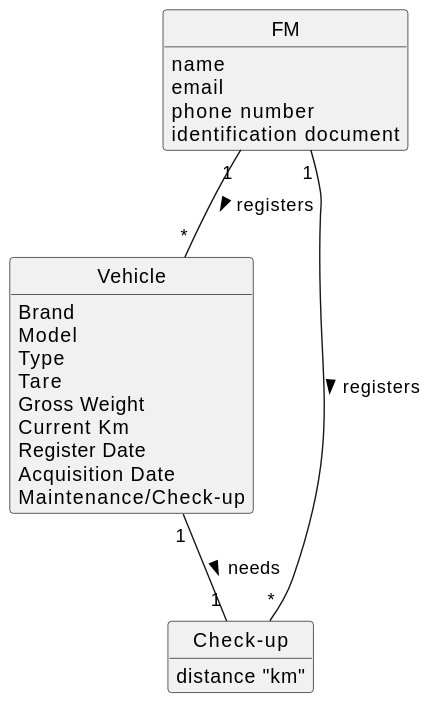
The PlantUML diagram docs/sprintC/us024/02.analysis/svg/us024-domain-model.svg in Departamento-de-Engenharia-Informatica/lei-24-s2-1dl-g121, before a commit.
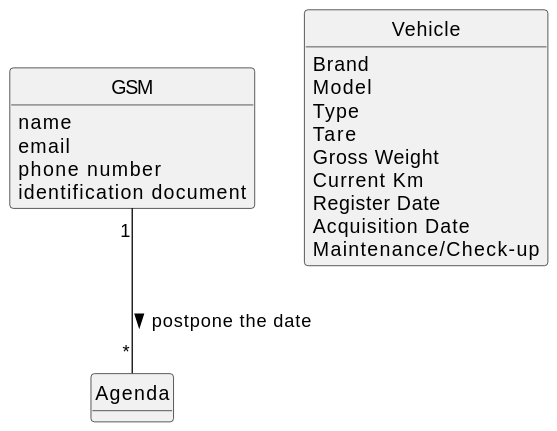
The same file after the commit.

Change to the diagram source:
```diff
@@ -9,7 +9,7 @@
 
 
 
-class FM{
+class GSM{
     name
     email
     phone number
@@ -29,13 +29,11 @@
     Maintenance/Check-up
 }
 
-class Check-up{
-    distance "km"
+class Agenda{
+
 }
 
 
 
-FM "1" -- "*" Vehicle : registers >
-FM "1" -- "*" "Check-up" : registers >
-Vehicle "1" -- "1" "Check-up" : needs >
+GSM "1" -- "*" "Agenda" : postpone the date >
 @enduml
```
